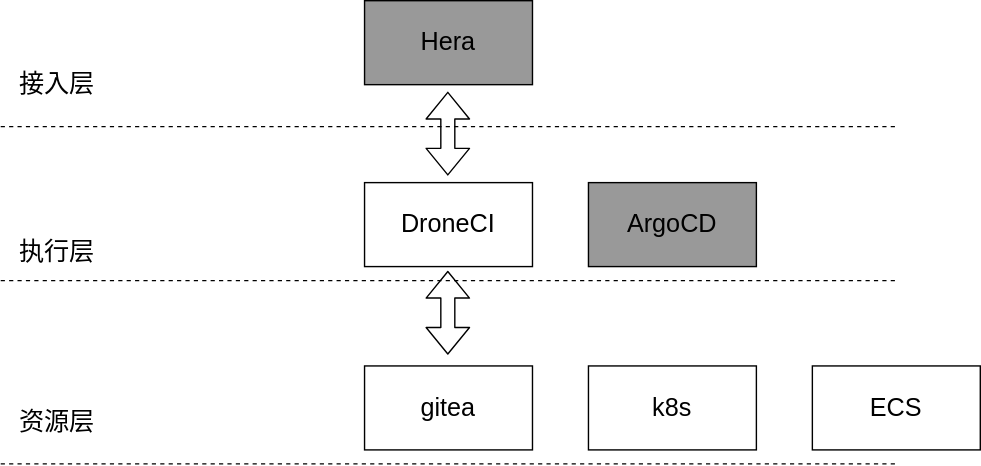
Earlier version of the draw.io export diagram/drawio/hera/hera_l1.dio.svg (yunkai-Or2/awesome-subject). Source tidied: cells renumbered, new cells last; positions are measured from the earlier drawing's top-left corner, leaving out a move shared by most shapes.
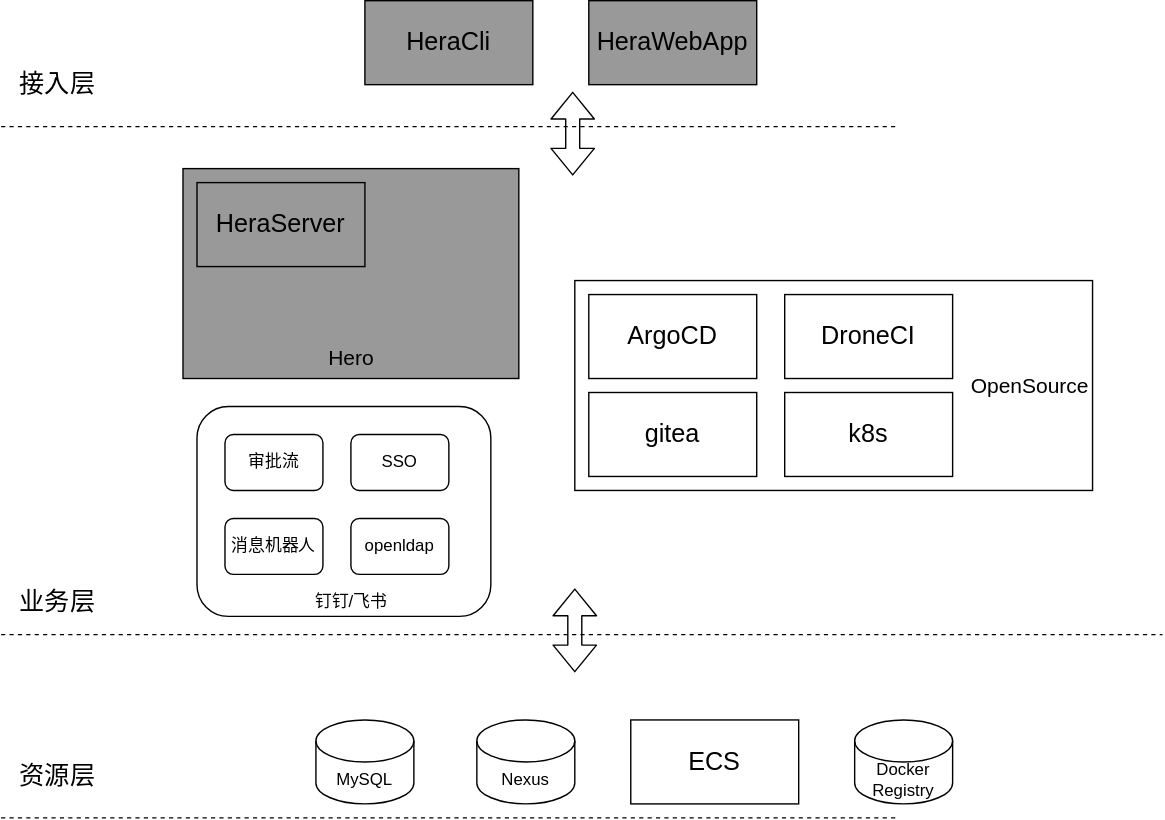
The same diagram one commit later.

Change to the diagram source:
```diff
@@ -8,56 +8,104 @@
         <mxPoint x="640" y="90" as="targetPoint" />
       </mxGeometry>
     </mxCell>
-    <mxCell id="3" value="&lt;span style=&quot;&quot;&gt;Hera&lt;/span&gt;" style="rounded=0;whiteSpace=wrap;html=1;fontSize=18;fillColor=#999999;" parent="1" vertex="1">
+    <mxCell id="3" value="&lt;span style=&quot;&quot;&gt;HeraCli&lt;/span&gt;" style="rounded=0;whiteSpace=wrap;html=1;fontSize=18;fillColor=#999999;" parent="1" vertex="1">
       <mxGeometry x="260" width="120" height="60" as="geometry" />
     </mxCell>
     <mxCell id="4" style="endArrow=none;dashed=1;html=1;" parent="1" edge="1">
       <mxGeometry relative="1" as="geometry">
-        <mxPoint y="200" as="sourcePoint" />
-        <mxPoint x="640" y="200" as="targetPoint" />
+        <mxPoint y="453" as="sourcePoint" />
+        <mxPoint x="830" y="453" as="targetPoint" />
       </mxGeometry>
     </mxCell>
     <mxCell id="5" value="接入层" style="text;html=1;align=center;verticalAlign=middle;strokeColor=none;fillColor=none;fontSize=18;" parent="1" vertex="1">
       <mxGeometry y="40" width="80" height="40" as="geometry" />
     </mxCell>
-    <mxCell id="6" value="&lt;span style=&quot;&quot;&gt;DroneCI&lt;/span&gt;" style="rounded=0;whiteSpace=wrap;html=1;fontSize=18;" parent="1" vertex="1">
-      <mxGeometry x="260" y="130" width="120" height="60" as="geometry" />
-    </mxCell>
-    <mxCell id="7" value="执行层" style="text;html=1;align=center;verticalAlign=middle;strokeColor=none;fillColor=none;fontSize=18;" parent="1" vertex="1">
-      <mxGeometry y="160" width="80" height="40" as="geometry" />
+    <mxCell id="7" value="业务层" style="text;html=1;align=center;verticalAlign=middle;strokeColor=none;fillColor=none;fontSize=18;" parent="1" vertex="1">
+      <mxGeometry y="410" width="80" height="40" as="geometry" />
     </mxCell>
-    <mxCell id="8" value="ArgoCD" style="rounded=0;whiteSpace=wrap;html=1;fontSize=18;fillColor=#999999;" parent="1" vertex="1">
-      <mxGeometry x="420" y="130" width="120" height="60" as="geometry" />
-    </mxCell>
     <mxCell id="9" style="shape=flexArrow;endArrow=classic;startArrow=classic;html=1;fontSize=18;" parent="1" edge="1">
       <mxGeometry relative="1" as="geometry">
-        <mxPoint x="319.5" y="125" as="sourcePoint" />
-        <mxPoint x="319.5" y="65" as="targetPoint" />
+        <mxPoint x="408.5" y="125" as="sourcePoint" />
+        <mxPoint x="408.5" y="65" as="targetPoint" />
       </mxGeometry>
     </mxCell>
     <mxCell id="10" style="endArrow=none;dashed=1;html=1;" parent="1" edge="1">
       <mxGeometry relative="1" as="geometry">
-        <mxPoint y="331" as="sourcePoint" />
-        <mxPoint x="640" y="331" as="targetPoint" />
+        <mxPoint y="584" as="sourcePoint" />
+        <mxPoint x="640" y="584" as="targetPoint" />
       </mxGeometry>
     </mxCell>
-    <mxCell id="11" value="&lt;span style=&quot;&quot;&gt;k8s&lt;/span&gt;" style="rounded=0;whiteSpace=wrap;html=1;fontSize=18;" parent="1" vertex="1">
-      <mxGeometry x="420" y="261" width="120" height="60" as="geometry" />
-    </mxCell>
     <mxCell id="12" value="资源层" style="text;html=1;align=center;verticalAlign=middle;strokeColor=none;fillColor=none;fontSize=18;" parent="1" vertex="1">
-      <mxGeometry y="281" width="80" height="40" as="geometry" />
+      <mxGeometry y="534" width="80" height="40" as="geometry" />
     </mxCell>
-    <mxCell id="13" value="&lt;span style=&quot;&quot;&gt;gitea&lt;/span&gt;" style="rounded=0;whiteSpace=wrap;html=1;fontSize=18;" parent="1" vertex="1">
-      <mxGeometry x="260" y="261" width="120" height="60" as="geometry" />
-    </mxCell>
     <mxCell id="14" style="shape=flexArrow;endArrow=classic;startArrow=classic;html=1;fontSize=18;" parent="1" edge="1">
       <mxGeometry relative="1" as="geometry">
-        <mxPoint x="319.5" y="253" as="sourcePoint" />
-        <mxPoint x="319.5" y="193" as="targetPoint" />
+        <mxPoint x="410" y="480" as="sourcePoint" />
+        <mxPoint x="410" y="420" as="targetPoint" />
       </mxGeometry>
     </mxCell>
     <mxCell id="15" value="&lt;span style=&quot;&quot;&gt;ECS&lt;/span&gt;" style="rounded=0;whiteSpace=wrap;html=1;fontSize=18;" parent="1" vertex="1">
-      <mxGeometry x="580" y="261" width="120" height="60" as="geometry" />
+      <mxGeometry x="450" y="514" width="120" height="60" as="geometry" />
     </mxCell>
+    <mxCell id="16" value="&lt;span style=&quot;&quot;&gt;HeraWebApp&lt;br&gt;&lt;/span&gt;" style="rounded=0;whiteSpace=wrap;html=1;fontSize=18;fillColor=#999999;" parent="1" vertex="1">
+      <mxGeometry x="420" width="120" height="60" as="geometry" />
+    </mxCell>
+    <mxCell id="17" style="rounded=0;whiteSpace=wrap;html=1;fontSize=18;fillColor=#999999;" parent="1" vertex="1">
+      <mxGeometry x="130" y="120" width="240" height="150" as="geometry" />
+    </mxCell>
+    <mxCell id="18" value="&lt;span style=&quot;&quot;&gt;HeraServer&lt;/span&gt;" style="rounded=0;whiteSpace=wrap;html=1;fontSize=18;fillColor=#999999;" parent="1" vertex="1">
+      <mxGeometry x="140" y="130" width="120" height="60" as="geometry" />
+    </mxCell>
+    <mxCell id="19" style="group;" parent="1" vertex="1">
+      <mxGeometry x="410" y="200" width="385" height="150" as="geometry" />
+    </mxCell>
+    <mxCell id="6" value="&lt;span style=&quot;&quot;&gt;DroneCI&lt;/span&gt;" style="rounded=0;whiteSpace=wrap;html=1;fontSize=18;" parent="19" vertex="1">
+      <mxGeometry x="150" y="10" width="120" height="60" as="geometry" />
+    </mxCell>
+    <mxCell id="8" value="ArgoCD" style="rounded=0;whiteSpace=wrap;html=1;fontSize=18;fillColor=none;" parent="19" vertex="1">
+      <mxGeometry x="10" y="10" width="120" height="60" as="geometry" />
+    </mxCell>
+    <mxCell id="11" value="&lt;span style=&quot;&quot;&gt;k8s&lt;/span&gt;" style="rounded=0;whiteSpace=wrap;html=1;fontSize=18;" parent="19" vertex="1">
+      <mxGeometry x="150" y="80" width="120" height="60" as="geometry" />
+    </mxCell>
+    <mxCell id="13" value="&lt;span style=&quot;&quot;&gt;gitea&lt;/span&gt;" style="rounded=0;whiteSpace=wrap;html=1;fontSize=18;" parent="19" vertex="1">
+      <mxGeometry x="10" y="80" width="120" height="60" as="geometry" />
+    </mxCell>
+    <mxCell id="20" style="rounded=0;whiteSpace=wrap;html=1;fontSize=18;fillColor=none;" parent="19" vertex="1">
+      <mxGeometry width="370" height="150" as="geometry" />
+    </mxCell>
+    <mxCell id="21" value="&lt;font style=&quot;font-size: 15px;&quot;&gt;OpenSource&lt;/font&gt;" style="text;html=1;align=center;verticalAlign=middle;strokeColor=none;fillColor=none;" parent="19" vertex="1">
+      <mxGeometry x="270" y="60" width="110" height="30" as="geometry" />
+    </mxCell>
+    <mxCell id="22" value="&lt;font style=&quot;font-size: 15px;&quot;&gt;Hero&lt;/font&gt;" style="text;html=1;align=center;verticalAlign=middle;strokeColor=none;fillColor=none;" parent="1" vertex="1">
+      <mxGeometry x="220" y="240" width="60" height="30" as="geometry" />
+    </mxCell>
+    <mxCell id="23" value="MySQL" style="shape=cylinder3;whiteSpace=wrap;html=1;boundedLbl=1;backgroundOutline=1;size=15;fillColor=none;" parent="1" vertex="1">
+      <mxGeometry x="225" y="514" width="70" height="60" as="geometry" />
+    </mxCell>
+    <mxCell id="24" style="rounded=1;whiteSpace=wrap;html=1;" parent="1" vertex="1">
+      <mxGeometry x="140" y="290" width="210" height="150" as="geometry" />
+    </mxCell>
+    <mxCell id="25" value="审批流" style="rounded=1;whiteSpace=wrap;html=1;" parent="1" vertex="1">
+      <mxGeometry x="160" y="310" width="70" height="40" as="geometry" />
+    </mxCell>
+    <mxCell id="26" value="SSO" style="rounded=1;whiteSpace=wrap;html=1;" parent="1" vertex="1">
+      <mxGeometry x="250" y="310" width="70" height="40" as="geometry" />
+    </mxCell>
+    <mxCell id="27" value="消息机器人" style="rounded=1;whiteSpace=wrap;html=1;" parent="1" vertex="1">
+      <mxGeometry x="160" y="370" width="70" height="40" as="geometry" />
+    </mxCell>
+    <mxCell id="28" value="openldap" style="rounded=1;whiteSpace=wrap;html=1;" parent="1" vertex="1">
+      <mxGeometry x="250" y="370" width="70" height="40" as="geometry" />
+    </mxCell>
+    <mxCell id="29" value="钉钉/飞书" style="text;html=1;align=center;verticalAlign=middle;strokeColor=none;fillColor=none;" parent="1" vertex="1">
+      <mxGeometry x="215" y="415" width="70" height="30" as="geometry" />
+    </mxCell>
+    <mxCell id="30" value="Nexus" style="shape=cylinder3;whiteSpace=wrap;html=1;boundedLbl=1;backgroundOutline=1;size=15;fillColor=none;" parent="1" vertex="1">
+      <mxGeometry x="340" y="514" width="70" height="60" as="geometry" />
+    </mxCell>
+    <mxCell id="31" value="Docker Registry" style="shape=cylinder3;whiteSpace=wrap;html=1;boundedLbl=1;backgroundOutline=1;size=15;fillColor=none;" parent="1" vertex="1">
+      <mxGeometry x="610" y="514" width="70" height="60" as="geometry" />
+    </mxCell>
   </root>
 </mxGraphModel>
```
